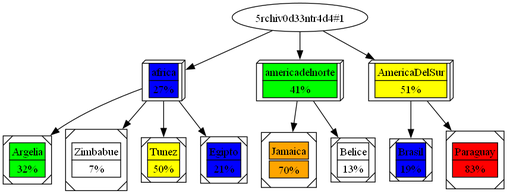
The Graphviz diagram graph.png in C-arl-os/-LFP-2S24Proyectos_202201131, before a commit. Its source is kept beside it as graph.dot.
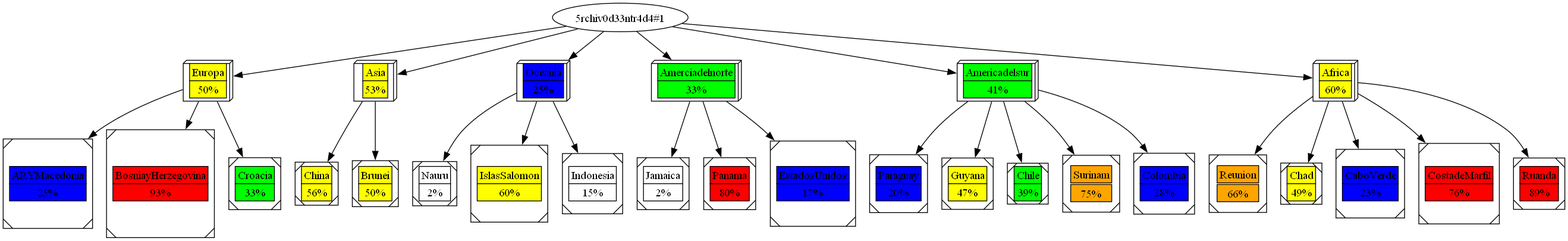
Later version of the same file.

Change to the diagram source:
```diff
@@ -1,32 +1,77 @@
 digraph G {
-"5rchiv0d33ntr4d4#1" -> "africa"
-Argelia[label=<<table border="0" cellborder="1" cellspacing="0"><tr><td bgcolor="green">Argelia</td></tr><tr><td bgcolor="green">32%</td></tr></table>>, shape=Msquare];
-africa -> Argelia
+"5rchiv0d33ntr4d4#1" -> "Europa"
+ARYMacedonia[label=<<table border="0" cellborder="1" cellspacing="0"><tr><td bgcolor="blue">ARYMacedonia</td></tr><tr><td bgcolor="blue">25%</td></tr></table>>, shape=Msquare];
+Europa -> ARYMacedonia
 
-Zimbabue[label=<<table border="0" cellborder="1" cellspacing="0"><tr><td bgcolor="white">Zimbabue</td></tr><tr><td bgcolor="white">7%</td></tr></table>>, shape=Msquare];
-africa -> Zimbabue
+BosniayHerzegovina[label=<<table border="0" cellborder="1" cellspacing="0"><tr><td bgcolor="red">BosniayHerzegovina</td></tr><tr><td bgcolor="red">93%</td></tr></table>>, shape=Msquare];
+Europa -> BosniayHerzegovina
 
-Tunez[label=<<table border="0" cellborder="1" cellspacing="0"><tr><td bgcolor="yellow">Tunez</td></tr><tr><td bgcolor="yellow">50%</td></tr></table>>, shape=Msquare];
-africa -> Tunez
+Croacia[label=<<table border="0" cellborder="1" cellspacing="0"><tr><td bgcolor="green">Croacia</td></tr><tr><td bgcolor="green">33%</td></tr></table>>, shape=Msquare];
+Europa -> Croacia
 
-Egipto[label=<<table border="0" cellborder="1" cellspacing="0"><tr><td bgcolor="blue">Egipto</td></tr><tr><td bgcolor="blue">21%</td></tr></table>>, shape=Msquare];
-africa -> Egipto
+Europa[label=<<table border="0" cellborder="1" cellspacing="0"><tr><td bgcolor="yellow">Europa</td></tr><tr><td bgcolor="yellow">50%</td></tr></table>>, shape=box3d];
+"5rchiv0d33ntr4d4#1" -> "Asia"
+China[label=<<table border="0" cellborder="1" cellspacing="0"><tr><td bgcolor="yellow">China</td></tr><tr><td bgcolor="yellow">56%</td></tr></table>>, shape=Msquare];
+Asia -> China
 
-africa[label=<<table border="0" cellborder="1" cellspacing="0"><tr><td bgcolor="blue">africa</td></tr><tr><td bgcolor="blue">27%</td></tr></table>>, shape=box3d];
-"5rchiv0d33ntr4d4#1" -> "americadelnorte"
-Jamaica[label=<<table border="0" cellborder="1" ellspacing="0"><tr><td bgcolor="orange">Jamaica</td></tr><tr><td bgcolor="orange">70%</td></tr></table>>, shape=Msquare];
-americadelnorte -> Jamaica
+Brunei[label=<<table border="0" cellborder="1" cellspacing="0"><tr><td bgcolor="yellow">Brunei</td></tr><tr><td bgcolor="yellow">50%</td></tr></table>>, shape=Msquare];
+Asia -> Brunei
 
-Belice[label=<<table border="0" cellborder="1" cellspacing="0"><tr><td bgcolor="white">Belice</td></tr><tr><td bgcolor="white">13%</td></tr></table>>, shape=Msquare];
-americadelnorte -> Belice
+Asia[label=<<table border="0" cellborder="1" cellspacing="0"><tr><td bgcolor="yellow">Asia</td></tr><tr><td bgcolor="yellow">53%</td></tr></table>>, shape=box3d];
+"5rchiv0d33ntr4d4#1" -> "Oceania"
+Nauru[label=<<table border="0" cellborder="1" cellspacing="0"><tr><td bgcolor="white">Nauru</td></tr><tr><td bgcolor="white">2%</td></tr></table>>, shape=Msquare];
+Oceania -> Nauru
 
-americadelnorte[label=<<table border="0" cellborder="1" cellspacing="0"><tr><td bgcolor="green">americadelnorte</td></tr><tr><td bgcolor="green">41%</td></tr></table>>, shape=box3d];
-"5rchiv0d33ntr4d4#1" -> "AmericaDelSur"
-Brasil[label=<<table border="0" cellborder="1" cellspacing="0"><tr><td bgcolor="blue">Brasil</td></tr><tr><td bgcolor="blue">19%</td></tr></table>>, shape=Msquare];
-AmericaDelSur -> Brasil
+IslasSalomon[label=<<table border="0" cellborder="1" cellspacing="0"><tr><td bgcolor="yellow">IslasSalomon</td></tr><tr><td bgcolor="yellow">60%</td></tr></table>>, shape=Msquare];
+Oceania -> IslasSalomon
 
-Paraguay[label=<<table border="0" cellborder="1" cellspacing="0"><tr><td bgcolor="red">Paraguay</td></tr><tr><td bgcolor="red">83%</td></tr></table>>, shape=Msquare];
-AmericaDelSur -> Paraguay
+Indonesia[label=<<table border="0" cellborder="1" cellspacing="0"><tr><td bgcolor="white">Indonesia</td></tr><tr><td bgcolor="white">15%</td></tr></table>>, shape=Msquare];
+Oceania -> Indonesia
 
-AmericaDelSur[label=<<table border="0" cellborder="1" cellspacing="0"><tr><td bgcolor="yellow">AmericaDelSur</td></tr><tr><td bgcolor="yellow">51%</td></tr></table>>, shape=box3d];
+Oceania[label=<<table border="0" cellborder="1" cellspacing="0"><tr><td bgcolor="blue">Oceania</td></tr><tr><td bgcolor="blue">25%</td></tr></table>>, shape=box3d];
+"5rchiv0d33ntr4d4#1" -> "Amerciadelnorte"
+Jamaica[label=<<table border="0" cellborder="1" cellspacing="0"><tr><td bgcolor="white">Jamaica</td></tr><tr><td bgcolor="white">2%</td></tr></table>>, shape=Msquare];
+Amerciadelnorte -> Jamaica
+
+Panama[label=<<table border="0" cellborder="1" cellspacing="0"><tr><td bgcolor="red">Panama</td></tr><tr><td bgcolor="red">80%</td></tr></table>>, shape=Msquare];
+Amerciadelnorte -> Panama
+
+EstadosUnidos[label=<<table border="0" cellborder="1" cellspacing="0"><tr><td bgcolor="blue">EstadosUnidos</td></tr><tr><td bgcolor="blue">17%</td></tr></table>>, shape=Msquare];
+Amerciadelnorte -> EstadosUnidos
+
+Amerciadelnorte[label=<<table border="0" cellborder="1" cellspacing="0"><tr><td bgcolor="green">Amerciadelnorte</td></tr><tr><td bgcolor="green">33%</td></tr></table>>, shape=box3d];
+"5rchiv0d33ntr4d4#1" -> "Americadelsur"
+Paraguay[label=<<table border="0" cellborder="1" cellspacing="0"><tr><td bgcolor="blue">Paraguay</td></tr><tr><td bgcolor="blue">20%</td></tr></table>>, shape=Msquare];
+Americadelsur -> Paraguay
+
+Guyana[label=<<table border="0" cellborder="1" cellspacing="0"><tr><td bgcolor="yellow">Guyana</td></tr><tr><td bgcolor="yellow">47%</td></tr></table>>, shape=Msquare];
+Americadelsur -> Guyana
+
+Chile[label=<<table border="0" cellborder="1" cellspacing="0"><tr><td bgcolor="green">Chile</td></tr><tr><td bgcolor="green">39%</td></tr></table>>, shape=Msquare];
+Americadelsur -> Chile
+
+Surinam[label=<<table border="0" cellborder="1" ellspacing="0"><tr><td bgcolor="orange">Surinam</td></tr><tr><td bgcolor="orange">75%</td></tr></table>>, shape=Msquare];
+Americadelsur -> Surinam
+
+Colombia[label=<<table border="0" cellborder="1" cellspacing="0"><tr><td bgcolor="blue">Colombia</td></tr><tr><td bgcolor="blue">28%</td></tr></table>>, shape=Msquare];
+Americadelsur -> Colombia
+
+Americadelsur[label=<<table border="0" cellborder="1" cellspacing="0"><tr><td bgcolor="green">Americadelsur</td></tr><tr><td bgcolor="green">41%</td></tr></table>>, shape=box3d];
+"5rchiv0d33ntr4d4#1" -> "Africa"
+Reunion[label=<<table border="0" cellborder="1" ellspacing="0"><tr><td bgcolor="orange">Reunion</td></tr><tr><td bgcolor="orange">66%</td></tr></table>>, shape=Msquare];
+Africa -> Reunion
+
+Chad[label=<<table border="0" cellborder="1" cellspacing="0"><tr><td bgcolor="yellow">Chad</td></tr><tr><td bgcolor="yellow">49%</td></tr></table>>, shape=Msquare];
+Africa -> Chad
+
+CaboVerde[label=<<table border="0" cellborder="1" cellspacing="0"><tr><td bgcolor="blue">CaboVerde</td></tr><tr><td bgcolor="blue">23%</td></tr></table>>, shape=Msquare];
+Africa -> CaboVerde
+
+CostadeMarfil[label=<<table border="0" cellborder="1" cellspacing="0"><tr><td bgcolor="red">CostadeMarfil</td></tr><tr><td bgcolor="red">76%</td></tr></table>>, shape=Msquare];
+Africa -> CostadeMarfil
+
+Ruanda[label=<<table border="0" cellborder="1" cellspacing="0"><tr><td bgcolor="red">Ruanda</td></tr><tr><td bgcolor="red">89%</td></tr></table>>, shape=Msquare];
+Africa -> Ruanda
+
+Africa[label=<<table border="0" cellborder="1" cellspacing="0"><tr><td bgcolor="yellow">Africa</td></tr><tr><td bgcolor="yellow">60%</td></tr></table>>, shape=box3d];
 }
```
